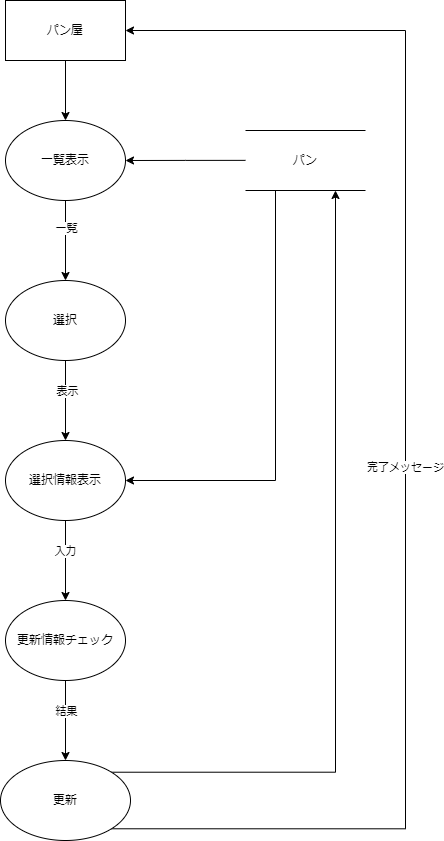
Above: DFD/パン更新.drawio.png in Pyama1013/Sotsu.Gamen (draw.io), before the change. Source tidied: cells renumbered, new cells last; positions are measured from the earlier drawing's top-left corner, leaving out a move shared by most shapes.
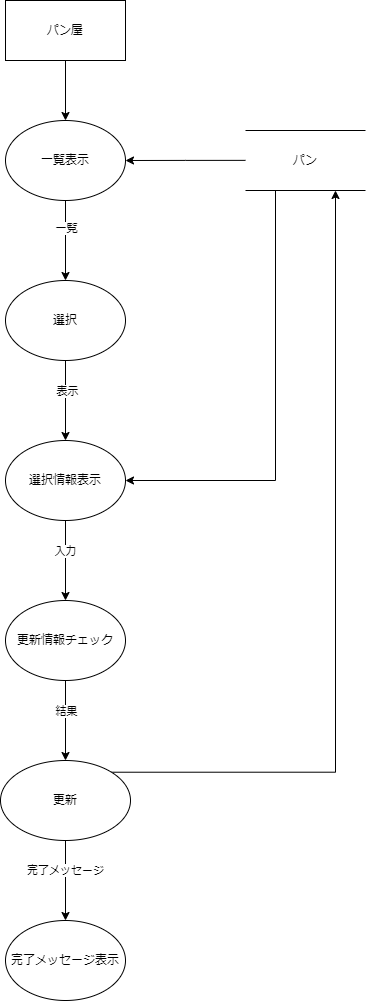
After the change.

The edit, as a diff of the source:
```diff
@@ -55,24 +55,22 @@
     <mxCell id="18" style="edgeStyle=orthogonalEdgeStyle;rounded=0;jettySize=auto;html=1;exitX=1;exitY=0;exitDx=0;exitDy=0;entryX=0.75;entryY=1;entryDx=0;entryDy=0;" parent="1" edge="1" source="21" target="22">
       <mxGeometry relative="1" as="geometry" />
     </mxCell>
-    <mxCell id="19" style="edgeStyle=orthogonalEdgeStyle;rounded=0;jettySize=auto;html=1;exitX=1;exitY=1;exitDx=0;exitDy=0;" parent="1" edge="1" source="21">
-      <mxGeometry relative="1" as="geometry">
-        <mxPoint x="125" y="30" as="targetPoint" />
-        <Array as="points">
-          <mxPoint x="405" y="828" />
-          <mxPoint x="405" y="30" />
-          <mxPoint x="125" y="30" />
-        </Array>
-      </mxGeometry>
-    </mxCell>
-    <mxCell id="20" value="完了メッセージ" style="edgeLabel;html=1;align=center;verticalAlign=middle;" parent="19" vertex="1">
-      <mxGeometry x="-0.04" y="1" relative="1" as="geometry" />
-    </mxCell>
     <mxCell id="21" value="更新" style="ellipse;whiteSpace=wrap;html=1;" parent="1" vertex="1">
       <mxGeometry y="760" width="130" height="80" as="geometry" />
     </mxCell>
     <mxCell id="22" value="パン" style="shape=partialRectangle;whiteSpace=wrap;html=1;left=0;right=0;fillColor=none;" parent="1" vertex="1">
       <mxGeometry x="245" y="130" width="120" height="60" as="geometry" />
     </mxCell>
+    <mxCell id="23" style="edgeStyle=orthogonalEdgeStyle;rounded=0;jettySize=auto;html=1;exitX=0.5;exitY=1;exitDx=0;exitDy=0;entryX=0.5;entryY=0;entryDx=0;entryDy=0;" parent="1" edge="1" target="24">
+      <mxGeometry relative="1" as="geometry">
+        <mxPoint x="65" y="840" as="sourcePoint" />
+      </mxGeometry>
+    </mxCell>
+    <mxCell id="20" value="完了メッセージ" style="edgeLabel;html=1;align=center;verticalAlign=middle;" parent="23" vertex="1">
+      <mxGeometry x="-0.28" y="-1" relative="1" as="geometry" />
+    </mxCell>
+    <mxCell id="24" value="完了メッセージ表示" style="ellipse;whiteSpace=wrap;html=1;" parent="1" vertex="1">
+      <mxGeometry x="5" y="920" width="120" height="80" as="geometry" />
+    </mxCell>
   </root>
 </mxGraphModel>
```
